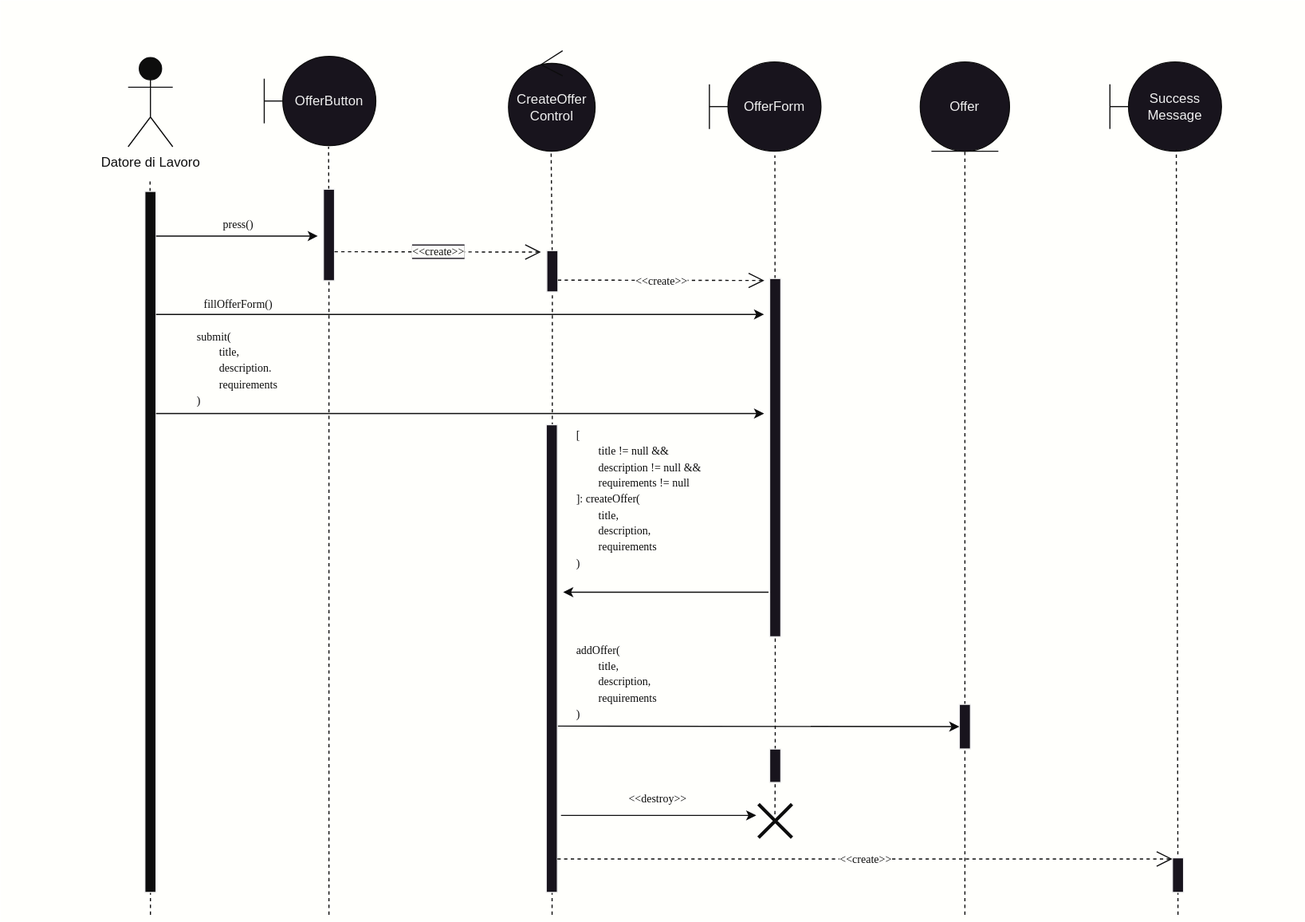
Above: Documentazione/Requirement_Analysis_Document/Sequence_Diagrams/SQ_Crea-Offerta.svg in JacopoPassariello/TuringCareers (draw.io), before the change. Source tidied: cells renumbered, new cells last; positions are measured from the earlier drawing's top-left corner, leaving out a move shared by most shapes.
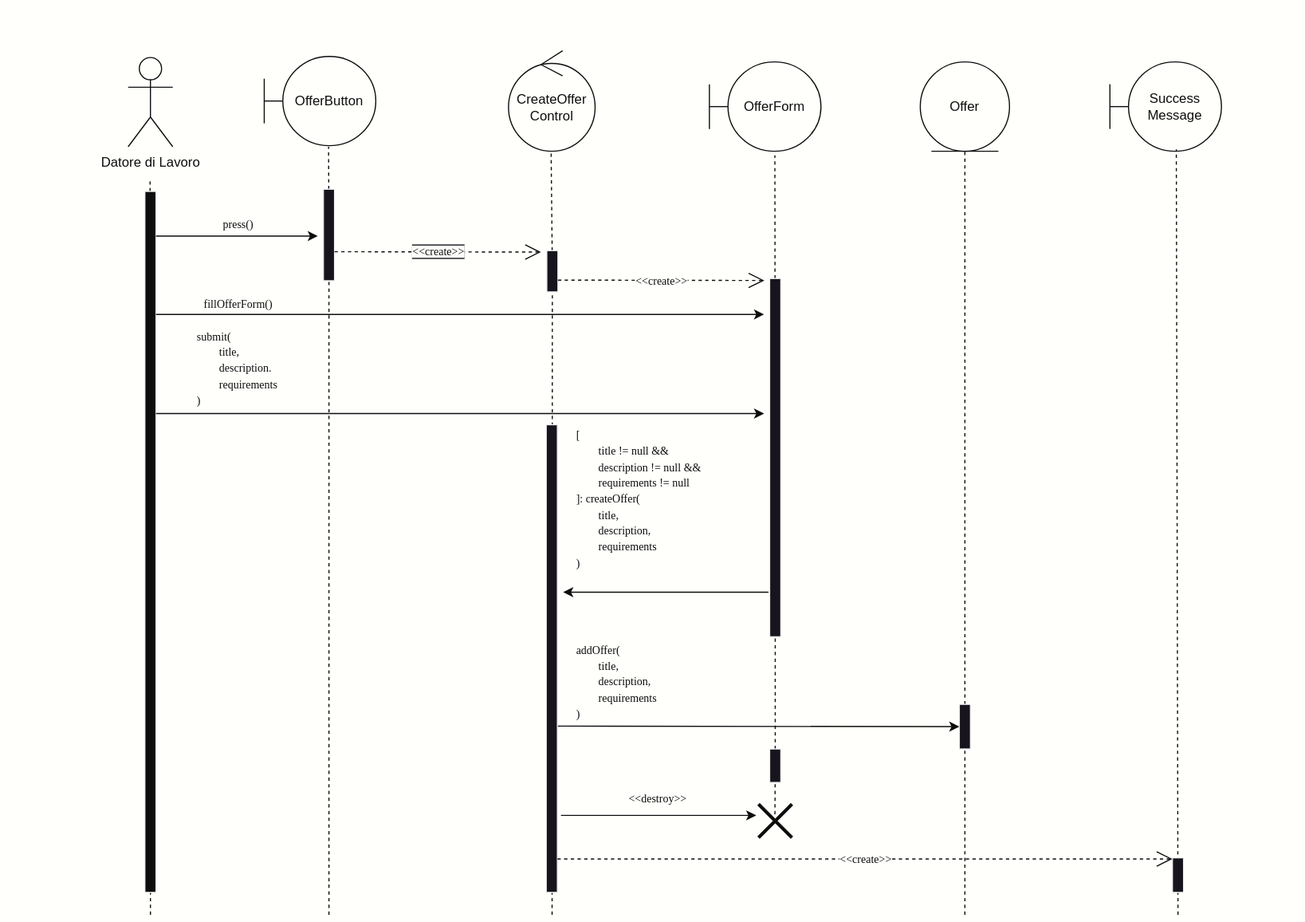
Later version of the same file.

Commit message:
update sequence diagrams

The edit, as a diff of the source:
```diff
@@ -5,7 +5,7 @@
     <mxCell id="2" style="rounded=0;whiteSpace=wrap;html=1;strokeColor=none;fillColor=#FFFFFC;" parent="1" vertex="1">
       <mxGeometry width="1168" height="825" as="geometry" />
     </mxCell>
-    <mxCell id="3" value="&lt;font color=&quot;#0d0d0d&quot;&gt;Datore di Lavoro&lt;/font&gt;" style="shape=umlActor;verticalLabelPosition=bottom;verticalAlign=top;html=1;fillColor=#0D0D0D;strokeColor=#0D0D0D;" parent="1" vertex="1">
+    <mxCell id="3" value="&lt;font color=&quot;#0d0d0d&quot;&gt;Datore di Lavoro&lt;/font&gt;" style="shape=umlActor;verticalLabelPosition=bottom;verticalAlign=top;html=1;fillColor=#FFFFFC;strokeColor=#0D0D0D;" parent="1" vertex="1">
       <mxGeometry x="114" y="51" width="40" height="80" as="geometry" />
     </mxCell>
     <mxCell id="4" style="endArrow=none;dashed=1;html=1;rounded=0;strokeColor=#0D0D0D;" parent="1" edge="1" source="13">
@@ -99,16 +99,16 @@
     <mxCell id="25" style="rounded=0;whiteSpace=wrap;html=1;" parent="1" vertex="1">
       <mxGeometry x="488.8" y="380" width="10" height="419" as="geometry" />
     </mxCell>
-    <mxCell id="26" value="Offer" style="ellipse;shape=umlEntity;whiteSpace=wrap;html=1;strokeColor=#0D0D0D;" parent="1" vertex="1">
+    <mxCell id="26" value="Offer" style="ellipse;shape=umlEntity;whiteSpace=wrap;html=1;strokeColor=#0D0D0D;fontColor=#0D0D0D;fillColor=#FFFFFC;" parent="1" vertex="1">
       <mxGeometry x="824" y="55" width="80" height="80" as="geometry" />
     </mxCell>
-    <mxCell id="27" value="CreateOffer&lt;br&gt;Control" style="ellipse;shape=umlControl;whiteSpace=wrap;html=1;strokeColor=#0D0D0D;" parent="1" vertex="1">
+    <mxCell id="27" value="CreateOffer&lt;br&gt;Control" style="ellipse;shape=umlControl;whiteSpace=wrap;html=1;strokeColor=#0D0D0D;fontColor=#0D0D0D;fillColor=#FFFFFC;" parent="1" vertex="1">
       <mxGeometry x="454.9" y="45" width="77.6" height="90" as="geometry" />
     </mxCell>
-    <mxCell id="28" value="OfferButton" style="shape=umlBoundary;whiteSpace=wrap;html=1;strokeColor=#0D0D0D;" parent="1" vertex="1">
+    <mxCell id="28" value="&lt;font color=&quot;#0d0d0d&quot;&gt;OfferButton&lt;/font&gt;" style="shape=umlBoundary;whiteSpace=wrap;html=1;strokeColor=#0D0D0D;fillColor=#FFFFFC;" parent="1" vertex="1">
       <mxGeometry x="236" y="50" width="100" height="80" as="geometry" />
     </mxCell>
-    <mxCell id="29" value="OfferForm" style="shape=umlBoundary;whiteSpace=wrap;html=1;strokeColor=#0D0D0D;" parent="1" vertex="1">
+    <mxCell id="29" value="OfferForm" style="shape=umlBoundary;whiteSpace=wrap;html=1;strokeColor=#0D0D0D;fontColor=#0D0D0D;fillColor=#FFFFFC;" parent="1" vertex="1">
       <mxGeometry x="635" y="55" width="100" height="80" as="geometry" />
     </mxCell>
     <mxCell id="30" value="&lt;font style=&quot;font-size: 10px;&quot; face=&quot;Verdana&quot;&gt;[ &lt;br&gt;&lt;span style=&quot;white-space: pre;&quot;&gt;&#9;&lt;/span&gt;title != null &amp;amp;&amp;amp;&lt;br&gt;&lt;span style=&quot;white-space: pre;&quot;&gt;&#9;&lt;/span&gt;description != null &amp;amp;&amp;amp;&lt;br&gt;&lt;span style=&quot;white-space: pre;&quot;&gt;&#9;&lt;/span&gt;requirements != null &lt;br&gt;]: createOffer(&lt;br&gt;&lt;span style=&quot;white-space: pre;&quot;&gt;&#9;&lt;/span&gt;title, &lt;br&gt;&lt;span style=&quot;white-space: pre;&quot;&gt;&#9;&lt;/span&gt;description,&lt;br&gt;&lt;span style=&quot;white-space: pre;&quot;&gt;&#9;&lt;/span&gt;requirements&lt;br&gt;)&lt;/font&gt;" style="text;html=1;strokeColor=none;fillColor=none;align=left;verticalAlign=middle;whiteSpace=wrap;rounded=0;fontColor=#0D0D0D;" parent="1" vertex="1">
@@ -156,7 +156,7 @@
     <mxCell id="40" value="&lt;font face=&quot;Verdana&quot;&gt;&lt;span style=&quot;font-size: 10px;&quot;&gt;addOffer(&lt;br&gt;&lt;span style=&quot;white-space: pre;&quot;&gt;&#9;&lt;/span&gt;title,&lt;br&gt;&lt;span style=&quot;white-space: pre;&quot;&gt;&#9;&lt;/span&gt;description,&lt;br&gt;&lt;span style=&quot;white-space: pre;&quot;&gt;&#9;&lt;/span&gt;requirements&lt;br&gt;)&lt;/span&gt;&lt;/font&gt;" style="text;html=1;strokeColor=none;fillColor=none;align=left;verticalAlign=middle;whiteSpace=wrap;rounded=0;fontColor=#0D0D0D;" parent="1" vertex="1">
       <mxGeometry x="514.2" y="570" width="109.8" height="80" as="geometry" />
     </mxCell>
-    <mxCell id="41" value="Success&lt;br&gt;Message" style="shape=umlBoundary;whiteSpace=wrap;html=1;strokeColor=#0D0D0D;" parent="1" vertex="1">
+    <mxCell id="41" value="Success&lt;br&gt;Message" style="shape=umlBoundary;whiteSpace=wrap;html=1;strokeColor=#0D0D0D;fontColor=#0D0D0D;fillColor=#FFFFFC;" parent="1" vertex="1">
       <mxGeometry x="994" y="55" width="100" height="80" as="geometry" />
     </mxCell>
     <mxCell id="42" style="endArrow=none;dashed=1;html=1;rounded=0;entryX=0.595;entryY=0.978;entryDx=0;entryDy=0;strokeColor=#0D0D0D;entryPerimeter=0;" parent="1" edge="1" target="41">
```
